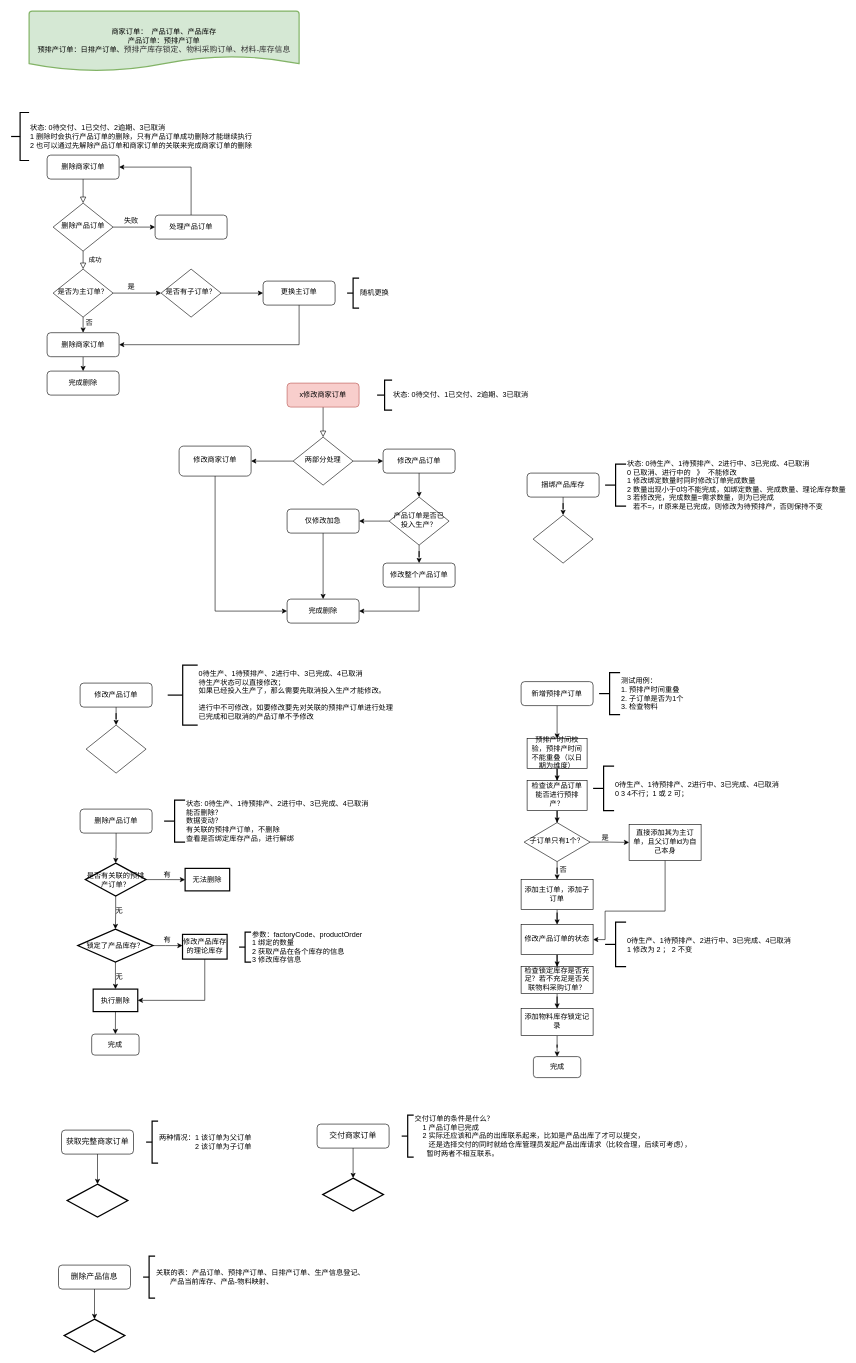
OldQi/first_rpo keeps this draw.io diagram as img/流程图.drawio. Above is the earlier version. Source tidied: cells renumbered, new cells numbered last; positions are measured from the earlier drawing's top-left corner, leaving out a move shared by most shapes. Both pictures are drawn from the tidied source at 60%, with x=0, y=0 at pixel (11, 11).
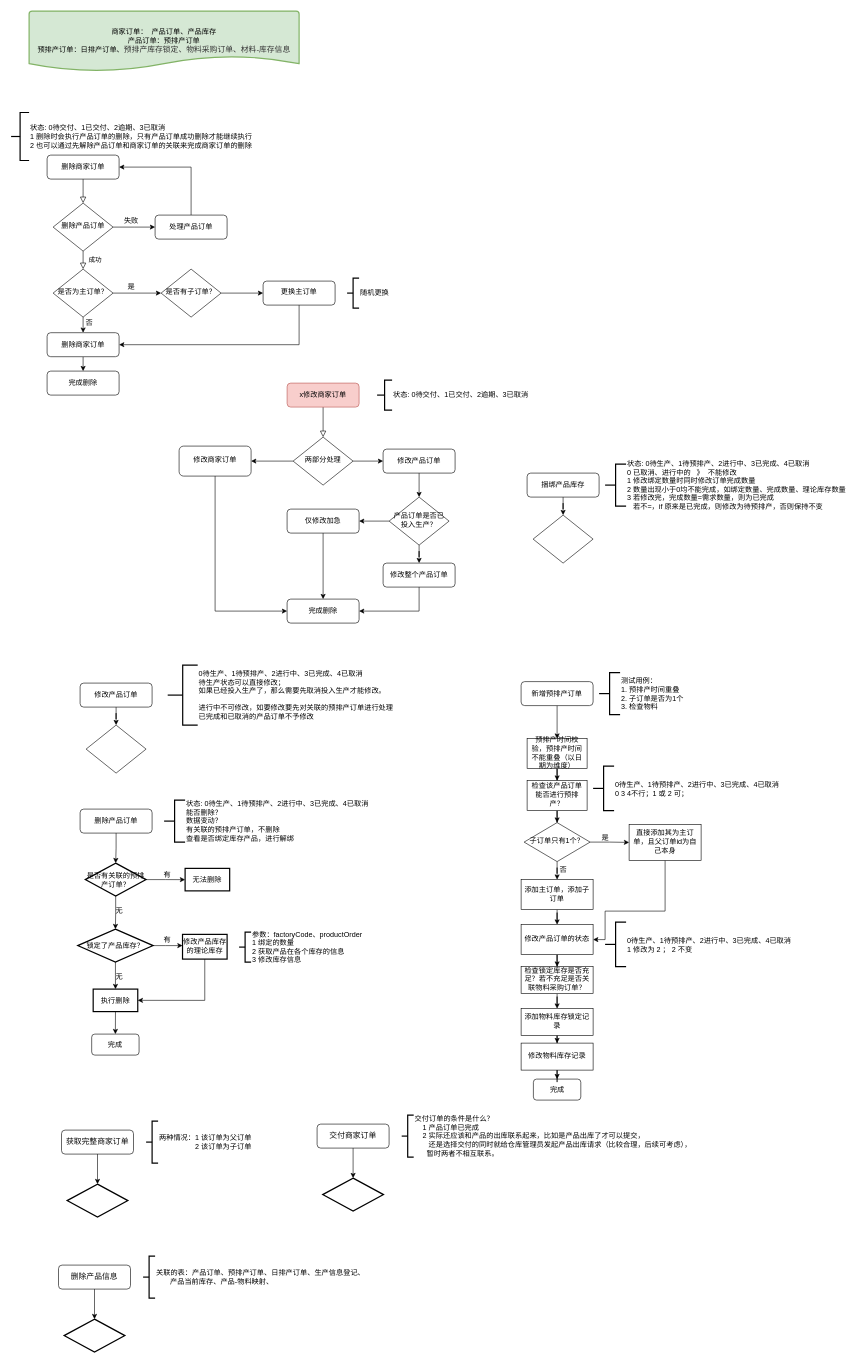
Above is the later version.

Commit message:
更新流程图.drawio

Unchanged cells that the change refers to:
```xml
<mxCell id="98" value="添加物料库存锁定记录" style="whiteSpace=wrap;html=1;shadow=0;strokeWidth=1;spacing=6;spacingTop=-4;" parent="1" vertex="1">
  <mxGeometry x="850" y="1662.5" width="120" height="45" as="geometry" />
</mxCell>
```

The edit, as a diff of the source:
```diff
@@
-    <mxCell id="97" style="edgeStyle=orthogonalEdgeStyle;rounded=0;jettySize=auto;html=1;entryX=0.5;entryY=0;entryDx=0;entryDy=0;" parent="1" edge="1" source="98" target="99">
-      <mxGeometry relative="1" as="geometry" />
-    </mxCell>
+    <mxCell id="108" style="edgeStyle=orthogonalEdgeStyle;rounded=0;jettySize=auto;html=1;" parent="1" edge="1" source="98" target="110">
+      <mxGeometry relative="1" as="geometry" />
+    </mxCell>
@@
     <mxCell id="99" value="完成" style="rounded=1;whiteSpace=wrap;html=1;fontSize=12;glass=0;strokeWidth=1;shadow=0;" parent="1" vertex="1">
-      <mxGeometry x="870.5" y="1742.5" width="79" height="35" as="geometry" />
+      <mxGeometry x="870.5" y="1780" width="79" height="35" as="geometry" />
     </mxCell>
@@
+    <mxCell id="109" style="edgeStyle=orthogonalEdgeStyle;rounded=0;jettySize=auto;html=1;" parent="1" edge="1" source="110" target="99">
+      <mxGeometry relative="1" as="geometry" />
+    </mxCell>
+    <mxCell id="110" value="修改物料库存记录" style="whiteSpace=wrap;html=1;shadow=0;strokeWidth=1;spacing=6;spacingTop=-4;" parent="1" vertex="1">
+      <mxGeometry x="850" y="1720" width="120" height="45" as="geometry" />
+    </mxCell>
```
